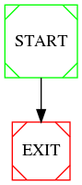
Earlier version of the Graphviz export versioned_phi_node_wala_graph.dot.png (NabeelQaiser/BTP_2k18-19). Its source is kept beside it as versioned_phi_node_wala_graph.dot.
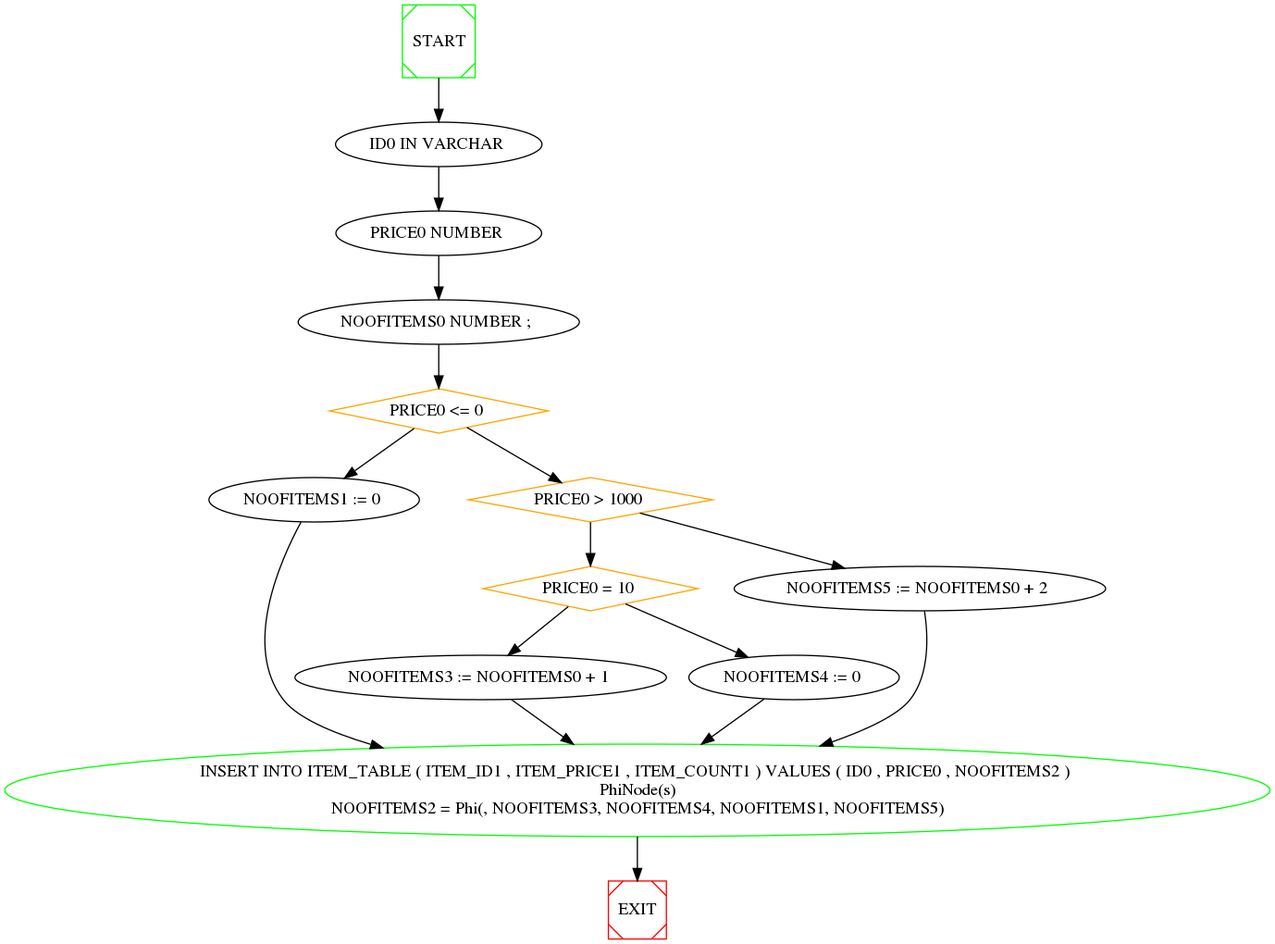
The same diagram one commit later.

Change to the diagram source:
```diff
@@ -3,8 +3,55 @@
 
 	0[ label=""  ] ;
 
+	0 -> 1 ;
+
+	1[ label="ID0 IN VARCHAR "  ] ;
+
+	1 -> 2 ;
+
+	2[ label="PRICE0 NUMBER "  ] ;
+
+	2 -> 3 ;
+
+	3[ label="NOOFITEMS0 NUMBER ; "  ] ;
+
+	3 -> 4 ;
+
+	4[ label="PRICE0 <= 0 " , color=orange, shape=diamond ] ;
+
+	4 -> 5 ;
+	4 -> 6 ;
+
+	5[ label="NOOFITEMS1 := 0 "  ] ;
+
+	5 -> 11 ;
+
+	6[ label="PRICE0 > 1000 " , color=orange, shape=diamond ] ;
+
+	6 -> 8 ;
+	6 -> 7 ;
+
+	7[ label="NOOFITEMS5 := NOOFITEMS0 + 2 "  ] ;
+
+	7 -> 11 ;
+
+	8[ label="PRICE0 = 10 " , color=orange, shape=diamond ] ;
+
+	8 -> 9 ;
+	8 -> 10 ;
+
+	9[ label="NOOFITEMS3 := NOOFITEMS0 + 1 "  ] ;
+
+	9 -> 11 ;
+
+	10[ label="NOOFITEMS4 := 0 "  ] ;
+
+	10 -> 11 ;
+
+	11[ label="INSERT INTO ITEM_TABLE ( ITEM_ID1 , ITEM_PRICE1 , ITEM_COUNT1 ) VALUES ( ID0 , PRICE0 , NOOFITEMS2 ) \nPhiNode(s)\nNOOFITEMS2 = Phi(, NOOFITEMS3, NOOFITEMS4, NOOFITEMS1, NOOFITEMS5)" , color=green ] ;
+
 
 	0[ label="START", shape=Msquare, color=green ] ;
-	0 -> EXIT ;EXIT[ shape=Msquare, color=red ] ;
+	11 -> EXIT ;EXIT[ shape=Msquare, color=red ] ;
 
 }
```
